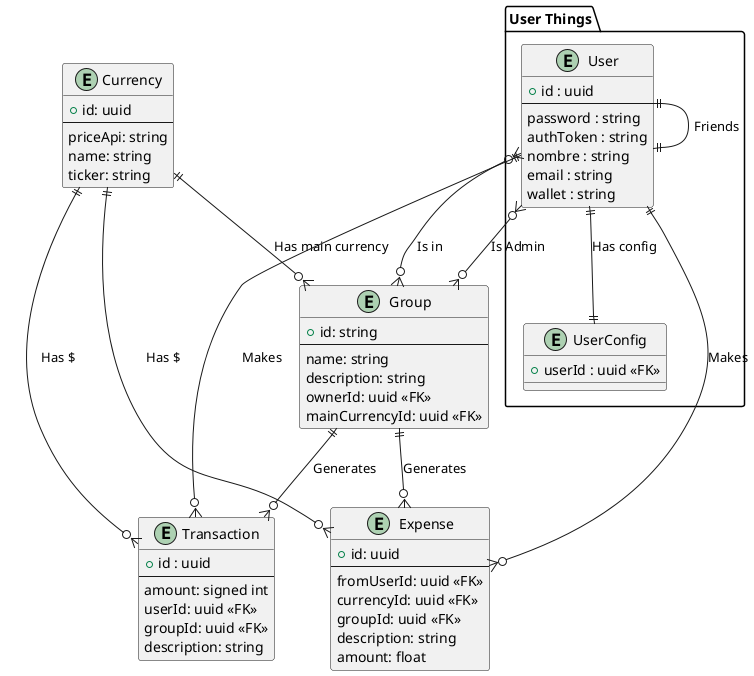
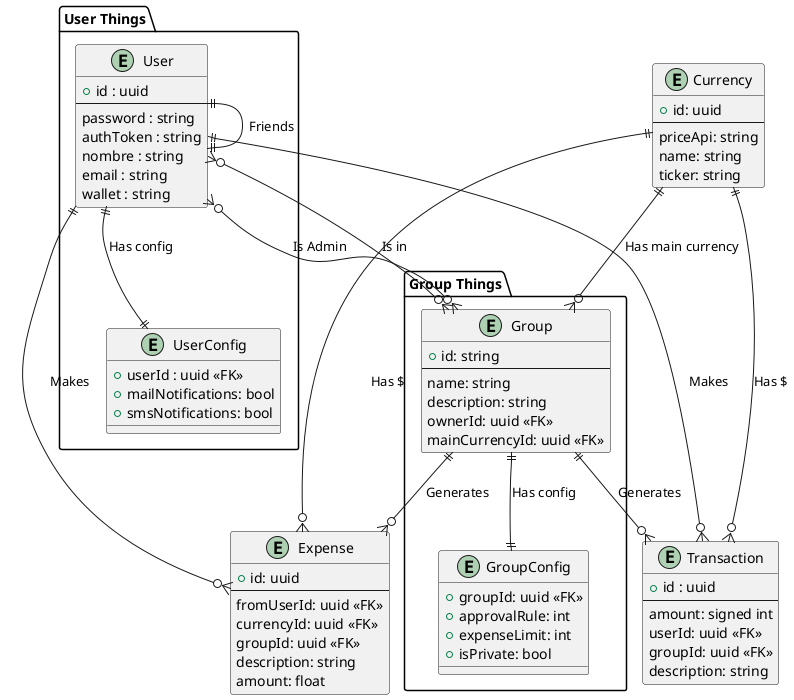
- @startuml
+ @startuml entity-relationship
package "User Things" {
    entity "User" {
      +id : uuid
      --
      password : string
      authToken : string
      nombre : string
      email : string
      wallet : string
    }

    entity "UserConfig" {
        +userId : uuid <<FK>>
+         +mailNotifications: bool
+         +smsNotifications: bool
    }
}

- entity "Group" {
+ package "Group Things"{
+     entity "Group" {
    +id: string
    ---
    name: string
    description: string
    ownerId: uuid <<FK>>
    mainCurrencyId: uuid <<FK>>
+     }
+     entity "GroupConfig"{
+         +groupId: uuid <<FK>>
+         +approvalRule: int
+         +expenseLimit: int
+         +isPrivate: bool
+     }
}
+ 
+ 

entity "Transaction" {
    +id : uuid
    ---
    amount: signed int
' If negative -> withdraw, else -> deposit
    userId: uuid <<FK>>
    groupId: uuid <<FK>>
    description: string
}

entity "Currency" {
    +id: uuid
    ---
    priceApi: string
    name: string
    ticker: string
}

entity "Expense" {
    +id: uuid
    ---
    fromUserId: uuid <<FK>>
    currencyId: uuid <<FK>>
    groupId: uuid <<FK>>
    description: string
    amount: float
}

User ||--|| UserConfig : Has config
User }o--o{ Group : Is in
User }o--o{ Group : Is Admin
User ||--o{ Expense : Makes

Currency ||--o{ Expense: Has $
Group ||--o{ Expense : Generates
Currency ||--o{ Group : Has main currency


Currency ||--o{ Transaction: Has $
Group ||--o{ Transaction : Generates
User ||--o{ Transaction : Makes

User ||--|| User : Friends
- 
+ Group ||--|| GroupConfig: Has config


@enduml